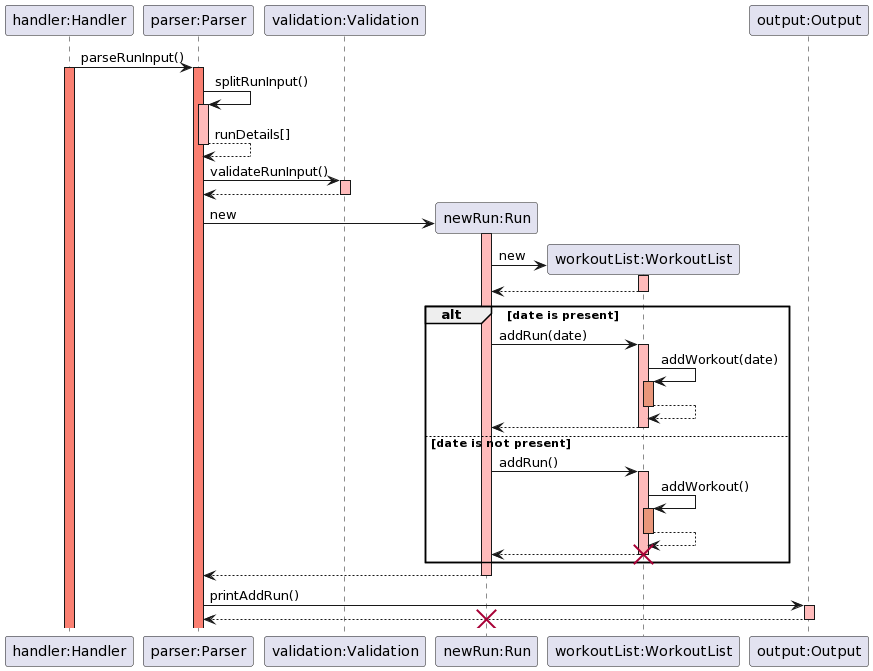
The PlantUML diagram docs/img/sequence_diagrams/run_sequence_diagram.png in rouvinerh/tp, before a commit.
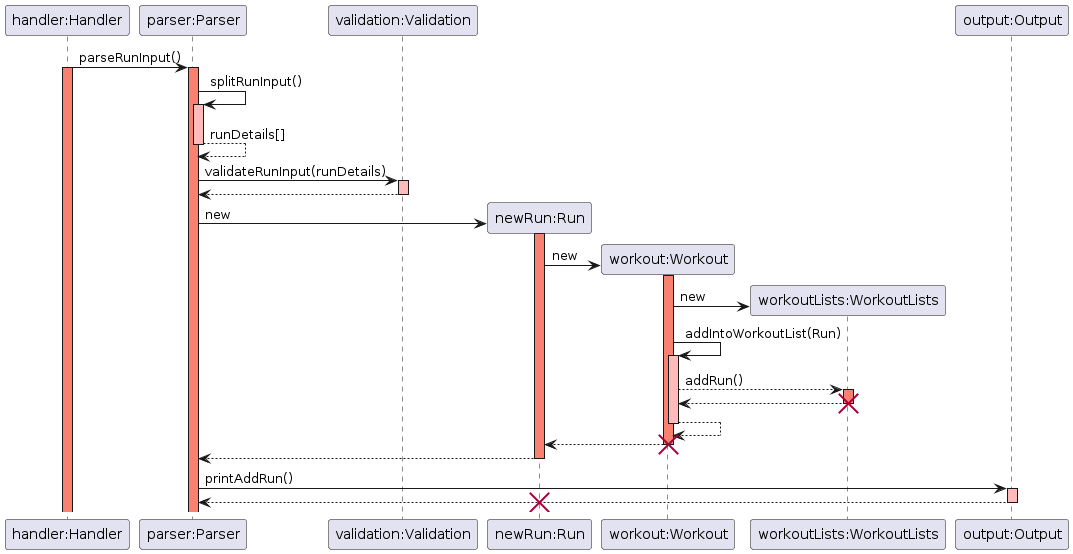
After the commit.

Diff of the diagram source:
```diff
@@ -6,7 +6,8 @@
 participant "parser:Parser" as Parser
 participant "validation:Validation" as Validation
 participant "newRun:Run" as Run
-participant "workoutList:WorkoutList" as WorkoutList
+participant "workout:Workout" as Workout
+participant "workoutLists:WorkoutLists" as WorkoutLists
 participant "output:Output" as Output
 
 Handler -> Parser: parseRunInput()
@@ -18,40 +19,28 @@
 Parser --> Parser: runDetails[]
 deactivate Parser #FFBBBB
 
-Parser -> Validation: validateRunInput()
+Parser -> Validation: validateRunInput(runDetails)
 activate Validation #FFBBBB
 Validation --> Parser:
 deactivate Validation
 
 Parser -> Run **: new
-activate Run #FFBBBB
-Run -> WorkoutList **: new
-activate WorkoutList #FFBBBB
-WorkoutList --> Run:
-deactivate WorkoutList #FFBBBB
+activate Run #salmon
+Run -> Workout **: new
+activate Workout #salmon
 
-alt date is present
-    Run -> WorkoutList: addRun(date)
-    activate WorkoutList #FFBBBB
-    WorkoutList -> WorkoutList: addWorkout(date)
-    activate WorkoutList #DarkSalmon
-    WorkoutList --> WorkoutList:
-    deactivate WorkoutList #DarkSalmon
-    WorkoutList --> Run:
-    deactivate WorkoutList #FFBBBB
+Workout -> WorkoutLists **: new
+Workout -> Workout: addIntoWorkoutList(Run)
+activate Workout #FFBBBB
+Workout --> WorkoutLists: addRun()
+activate WorkoutLists #salmon
+WorkoutLists --> Workout:
+destroy WorkoutLists
+Workout --> Workout:
+deactivate Workout #FFBBBB
+Workout --> Run:
+destroy Workout
 
-
-else date is not present
-    Run -> WorkoutList: addRun()
-    activate WorkoutList #FFBBBB
-    WorkoutList -> WorkoutList: addWorkout()
-    activate WorkoutList #DarkSalmon
-    WorkoutList --> WorkoutList:
-    deactivate WorkoutList #DarkSalmon
-    WorkoutList --> Run:
-    deactivate WorkoutList #FFBBBB
-    destroy WorkoutList
-end
 Run --> Parser:
 deactivate Run #FFBBBB
 Parser -> Output: printAddRun()
```
